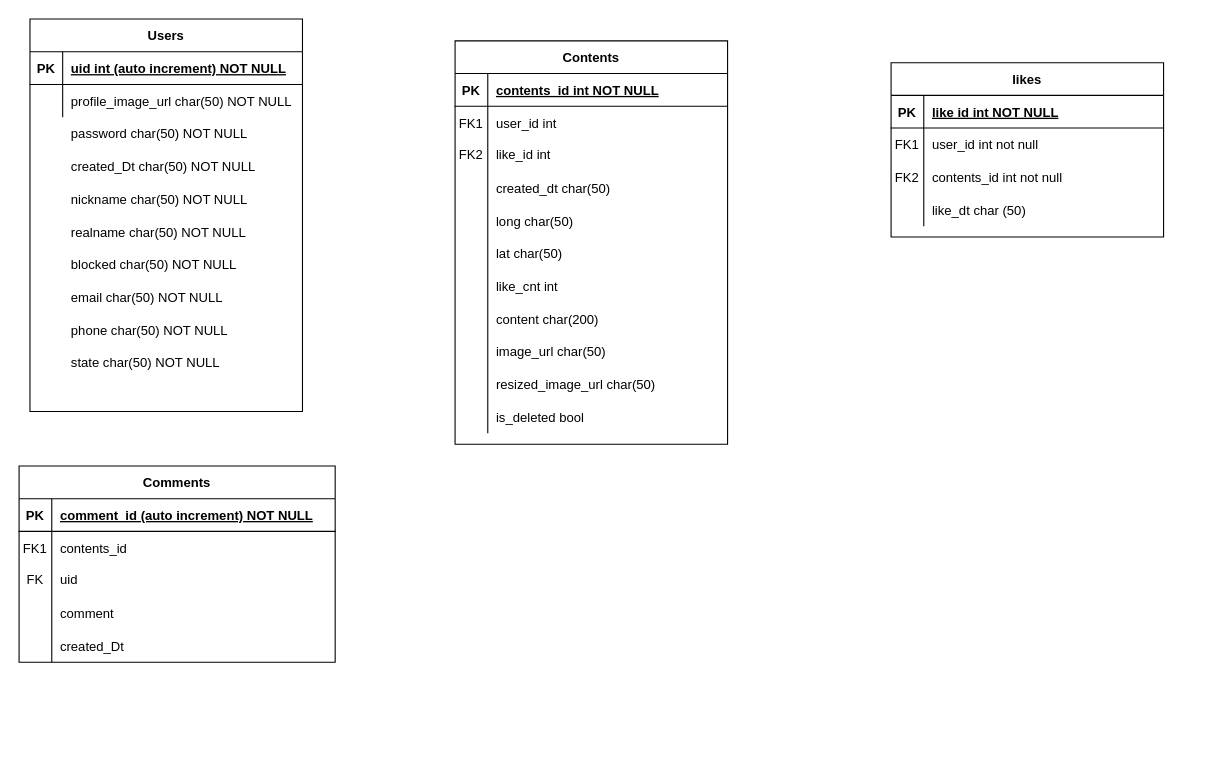
SangDoJoong/nostalgic-space-api keeps this draw.io diagram as nostel_wireframe_based_v0.drawio. Above is the earlier version. Source tidied: cells renumbered, new cells numbered last; positions are measured from the earlier drawing's top-left corner, leaving out a move shared by most shapes. Both pictures are drawn from the tidied source at 109%, with x=0, y=0 at pixel (19, 19).
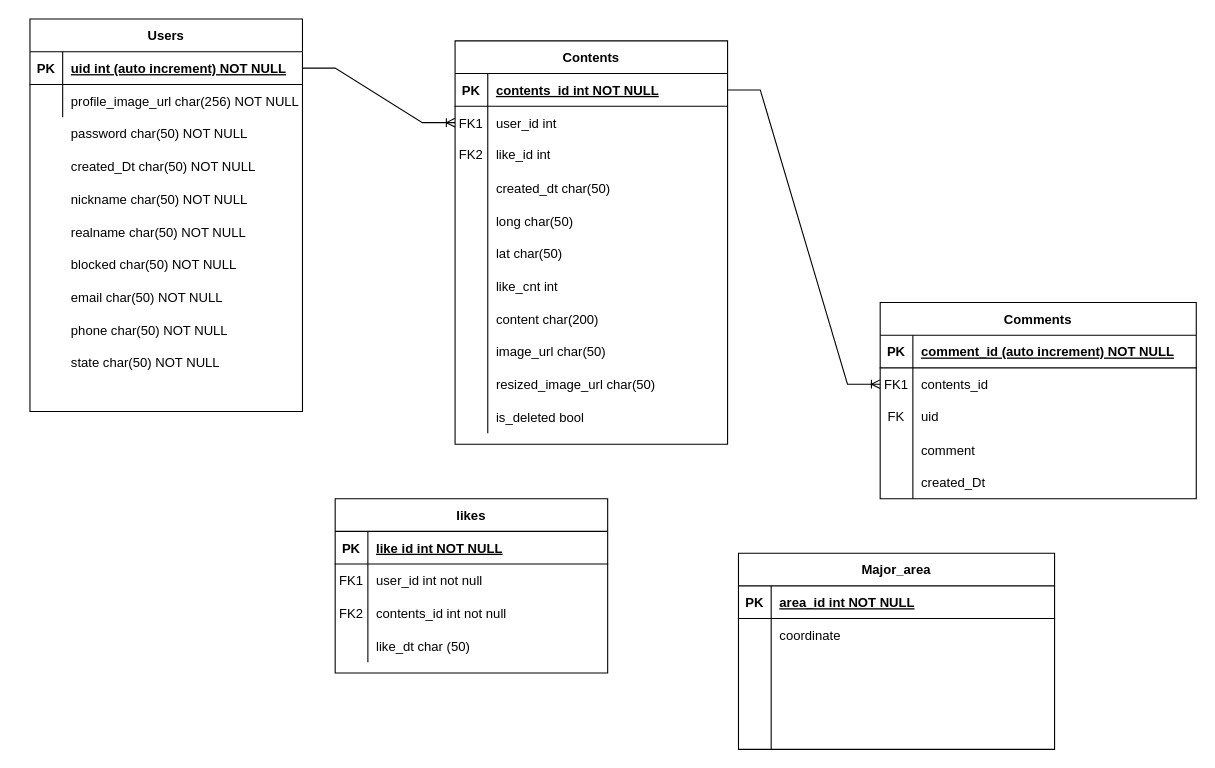
The same page after the edit.

The change refers to these unchanged cells:
```xml
<mxCell id="3" style="shape=partialRectangle;fillColor=none;points=[[0,0.5],[1,0.5]];portConstraint=eastwest;top=0;left=0;right=0;bottom=1;" parent="2" vertex="1">
  <mxGeometry y="30" width="250" height="30" as="geometry" />
</mxCell>
<mxCell id="6" style="shape=partialRectangle;fillColor=none;points=[[0,0.5],[1,0.5]];portConstraint=eastwest;top=0;left=0;right=0;bottom=0;" parent="2" vertex="1">
  <mxGeometry y="60" width="250" height="30" as="geometry" />
</mxCell>
<mxCell id="50" style="shape=partialRectangle;fillColor=none;points=[[0,0.5],[1,0.5]];portConstraint=eastwest;top=0;left=0;right=0;bottom=1;" parent="49" vertex="1">
  <mxGeometry y="30" width="250" height="30" as="geometry" />
</mxCell>
<mxCell id="53" style="shape=partialRectangle;fillColor=none;top=0;left=0;right=0;bottom=0;" parent="49" vertex="1">
  <mxGeometry y="60" width="250" height="30" as="geometry" />
</mxCell>
<mxCell id="68" style="shape=partialRectangle;fillColor=none;points=[[0,0.5],[1,0.5]];portConstraint=eastwest;top=0;left=0;right=0;bottom=0;" parent="64" vertex="1">
  <mxGeometry y="60" width="290" height="30" as="geometry" />
</mxCell>
```

Change to the diagram source:
```diff
@@
     <mxCell id="36" value="likes" style="shape=table;startSize=30;childLayout=tableLayout;rowLines=0;fontStyle=1;align=center;" parent="1" vertex="1">
-      <mxGeometry x="800" y="40" width="250" height="160" as="geometry" />
+      <mxGeometry x="290" y="440" width="250" height="160" as="geometry" />
     </mxCell>
@@
-    <mxCell id="55" value="profile_image_url char(50) NOT NULL" style="shape=partialRectangle;overflow=hidden;fillColor=none;top=0;left=0;bottom=0;right=0;align=left;spacingLeft=6;" parent="53" vertex="1">
+    <mxCell id="55" value="profile_image_url char(256) NOT NULL" style="shape=partialRectangle;overflow=hidden;fillColor=none;top=0;left=0;bottom=0;right=0;align=left;spacingLeft=6;" parent="53" vertex="1">
       <mxGeometry x="30" width="220" height="30" as="geometry" />
     </mxCell>
@@
     <mxCell id="64" value="Comments" style="shape=table;startSize=30;childLayout=tableLayout;rowLines=0;fontStyle=1;align=center;" parent="1" vertex="1">
-      <mxGeometry y="410" width="290" height="180" as="geometry" />
+      <mxGeometry x="790" y="260" width="290" height="180" as="geometry" />
     </mxCell>
@@
+    <mxCell id="80" style="edgeStyle=entityRelationEdgeStyle;fontSize=12;html=1;endArrow=ERoneToMany;rounded=0;exitX=1;exitY=0.5;exitDx=0;exitDy=0;entryX=0;entryY=0.5;entryDx=0;entryDy=0;" parent="1" edge="1" source="50" target="6">
+      <mxGeometry relative="1" as="geometry" />
+    </mxCell>
+    <mxCell id="81" value="Major_area" style="shape=table;startSize=30;childLayout=tableLayout;rowLines=0;fontStyle=1;align=center;" parent="1" vertex="1">
+      <mxGeometry x="660" y="490" width="290" height="180" as="geometry" />
+    </mxCell>
+    <mxCell id="82" style="shape=partialRectangle;fillColor=none;top=0;left=0;right=0;bottom=1;" parent="81" vertex="1">
+      <mxGeometry y="30" width="290" height="30" as="geometry" />
+    </mxCell>
+    <mxCell id="83" value="PK" style="shape=partialRectangle;overflow=hidden;fillColor=none;top=0;left=0;bottom=0;right=0;fontStyle=1;" parent="82" vertex="1">
+      <mxGeometry width="30" height="30" as="geometry" />
+    </mxCell>
+    <mxCell id="84" value="area_id int NOT NULL" style="shape=partialRectangle;overflow=hidden;fillColor=none;top=0;left=0;bottom=0;right=0;align=left;spacingLeft=6;fontStyle=5;" parent="82" vertex="1">
+      <mxGeometry x="30" width="260" height="30" as="geometry" />
+    </mxCell>
+    <mxCell id="85" style="shape=partialRectangle;fillColor=none;top=0;left=0;right=0;bottom=0;" parent="81" vertex="1">
+      <mxGeometry y="60" width="290" height="30" as="geometry" />
+    </mxCell>
+    <mxCell id="86" style="shape=partialRectangle;overflow=hidden;fillColor=none;top=0;left=0;bottom=0;right=0;" parent="85" vertex="1">
+      <mxGeometry width="30" height="30" as="geometry" />
+    </mxCell>
+    <mxCell id="87" value="coordinate" style="shape=partialRectangle;overflow=hidden;fillColor=none;top=0;left=0;bottom=0;right=0;align=left;spacingLeft=6;" parent="85" vertex="1">
+      <mxGeometry x="30" width="260" height="30" as="geometry" />
+    </mxCell>
+    <mxCell id="88" style="shape=tableRow;horizontal=0;startSize=0;swimlaneHead=0;swimlaneBody=0;fillColor=none;top=0;left=0;right=0;bottom=0;" parent="81" vertex="1">
+      <mxGeometry y="90" width="290" height="30" as="geometry" />
+    </mxCell>
+    <mxCell id="89" style="shape=partialRectangle;fillColor=none;top=0;left=0;bottom=0;right=0;fontStyle=0;overflow=hidden;whiteSpace=wrap;html=1;" parent="88" vertex="1">
+      <mxGeometry width="30" height="30" as="geometry" />
+    </mxCell>
+    <mxCell id="90" style="shape=partialRectangle;fillColor=none;top=0;left=0;bottom=0;right=0;align=left;spacingLeft=6;fontStyle=0;overflow=hidden;whiteSpace=wrap;html=1;" parent="88" vertex="1">
+      <mxGeometry x="30" width="260" height="30" as="geometry" />
+    </mxCell>
+    <mxCell id="91" style="shape=partialRectangle;fillColor=none;top=0;left=0;right=0;bottom=0;" parent="81" vertex="1">
+      <mxGeometry y="120" width="290" height="30" as="geometry" />
+    </mxCell>
+    <mxCell id="92" style="shape=partialRectangle;overflow=hidden;fillColor=none;top=0;left=0;bottom=0;right=0;" parent="91" vertex="1">
+      <mxGeometry width="30" height="30" as="geometry" />
+    </mxCell>
+    <mxCell id="93" style="shape=partialRectangle;overflow=hidden;fillColor=none;top=0;left=0;bottom=0;right=0;align=left;spacingLeft=6;" parent="91" vertex="1">
+      <mxGeometry x="30" width="260" height="30" as="geometry" />
+    </mxCell>
+    <mxCell id="94" style="shape=tableRow;horizontal=0;startSize=0;swimlaneHead=0;swimlaneBody=0;fillColor=none;top=0;left=0;right=0;bottom=0;" parent="81" vertex="1">
+      <mxGeometry y="150" width="290" height="30" as="geometry" />
+    </mxCell>
+    <mxCell id="95" style="shape=partialRectangle;fillColor=none;top=0;left=0;bottom=0;right=0;overflow=hidden;" parent="94" vertex="1">
+      <mxGeometry width="30" height="30" as="geometry" />
+    </mxCell>
+    <mxCell id="96" style="shape=partialRectangle;fillColor=none;top=0;left=0;bottom=0;right=0;align=left;spacingLeft=6;overflow=hidden;" parent="94" vertex="1">
+      <mxGeometry x="30" width="260" height="30" as="geometry" />
+    </mxCell>
+    <mxCell id="97" style="edgeStyle=entityRelationEdgeStyle;fontSize=12;html=1;endArrow=ERoneToMany;rounded=0;exitX=1;exitY=0.5;exitDx=0;exitDy=0;entryX=0;entryY=0.5;entryDx=0;entryDy=0;" parent="1" edge="1" source="3" target="68">
+      <mxGeometry relative="1" as="geometry" />
+    </mxCell>
```
